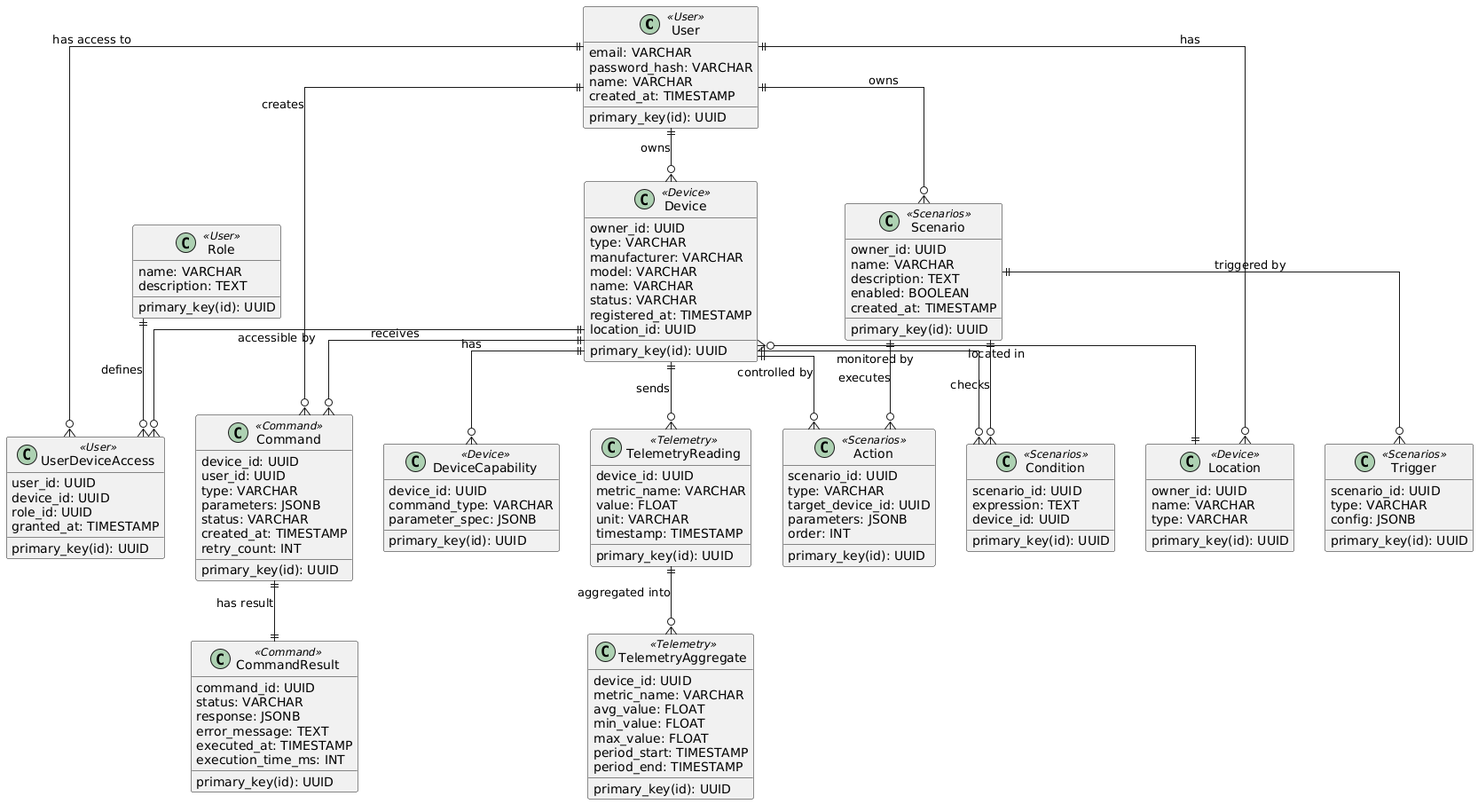
The PlantUML diagram schemas/to_be/img/common-er.png in Vrg26/pro-warmhouse, before a commit. The source it was exported from:
```plantuml
@startuml
skinparam linetype ortho

class User <<User>> {
    primary_key(id): UUID
    email: VARCHAR
    password_hash: VARCHAR
    name: VARCHAR
    created_at: TIMESTAMP
}

class Role <<User>> {
    primary_key(id): UUID
    name: VARCHAR
    description: TEXT
}

class UserDeviceAccess <<User>> {
    primary_key(id): UUID
    user_id: UUID
    device_id: UUID
    role_id: UUID
    granted_at: TIMESTAMP
}

class Device <<Device>> {
    primary_key(id): UUID
    owner_id: UUID
    type: VARCHAR
    manufacturer: VARCHAR
    model: VARCHAR
    name: VARCHAR
    status: VARCHAR
    registered_at: TIMESTAMP
    location_id: UUID
}

class DeviceCapability <<Device>> {
    primary_key(id): UUID
    device_id: UUID
    command_type: VARCHAR
    parameter_spec: JSONB
}

class Location <<Device>> {
    primary_key(id): UUID
    owner_id: UUID
    name: VARCHAR
    type: VARCHAR
}


class Command <<Command>> {
    primary_key(id): UUID
    device_id: UUID
    user_id: UUID
    type: VARCHAR
    parameters: JSONB
    status: VARCHAR
    created_at: TIMESTAMP
    retry_count: INT
}

class CommandResult <<Command>> {
    primary_key(id): UUID
    command_id: UUID
    status: VARCHAR
    response: JSONB
    error_message: TEXT
    executed_at: TIMESTAMP
    execution_time_ms: INT
}

class TelemetryReading <<Telemetry>> {
    primary_key(id): UUID
    device_id: UUID
    metric_name: VARCHAR
    value: FLOAT
    unit: VARCHAR
    timestamp: TIMESTAMP
}

class TelemetryAggregate <<Telemetry>> {
    primary_key(id): UUID
    device_id: UUID
    metric_name: VARCHAR
    avg_value: FLOAT
    min_value: FLOAT
    max_value: FLOAT
    period_start: TIMESTAMP
    period_end: TIMESTAMP
}

class Scenario <<Scenarios>> {
    primary_key(id): UUID
    owner_id: UUID
    name: VARCHAR
    description: TEXT
    enabled: BOOLEAN
    created_at: TIMESTAMP
}

class Trigger <<Scenarios>> {
    primary_key(id): UUID
    scenario_id: UUID
    type: VARCHAR
    config: JSONB
}

class Condition <<Scenarios>> {
    primary_key(id): UUID
    scenario_id: UUID
    expression: TEXT
    device_id: UUID
}

class Action <<Scenarios>> {
    primary_key(id): UUID
    scenario_id: UUID
    type: VARCHAR
    target_device_id: UUID
    parameters: JSONB
    order: INT
}

User ||--o{ UserDeviceAccess : "has access to"
User ||--o{ Device : "owns"
User ||--o{ Command : "creates"
User ||--o{ Scenario : "owns"
User ||--o{ Location : "has"

Role ||--o{ UserDeviceAccess : "defines"

Device ||--o{ DeviceCapability : "has"
Device ||--o{ Command : "receives"
Device ||--o{ TelemetryReading : "sends"
Device ||--o{ Condition : "monitored by"
Device ||--o{ Action : "controlled by"
Device }o--|| Location : "located in"
Device ||--o{ UserDeviceAccess : "accessible by"


Command ||--|| CommandResult : "has result"


TelemetryReading ||--o{ TelemetryAggregate : "aggregated into"

Scenario ||--o{ Trigger : "triggered by"
Scenario ||--o{ Condition : "checks"
Scenario ||--o{ Action : "executes"
@enduml
```
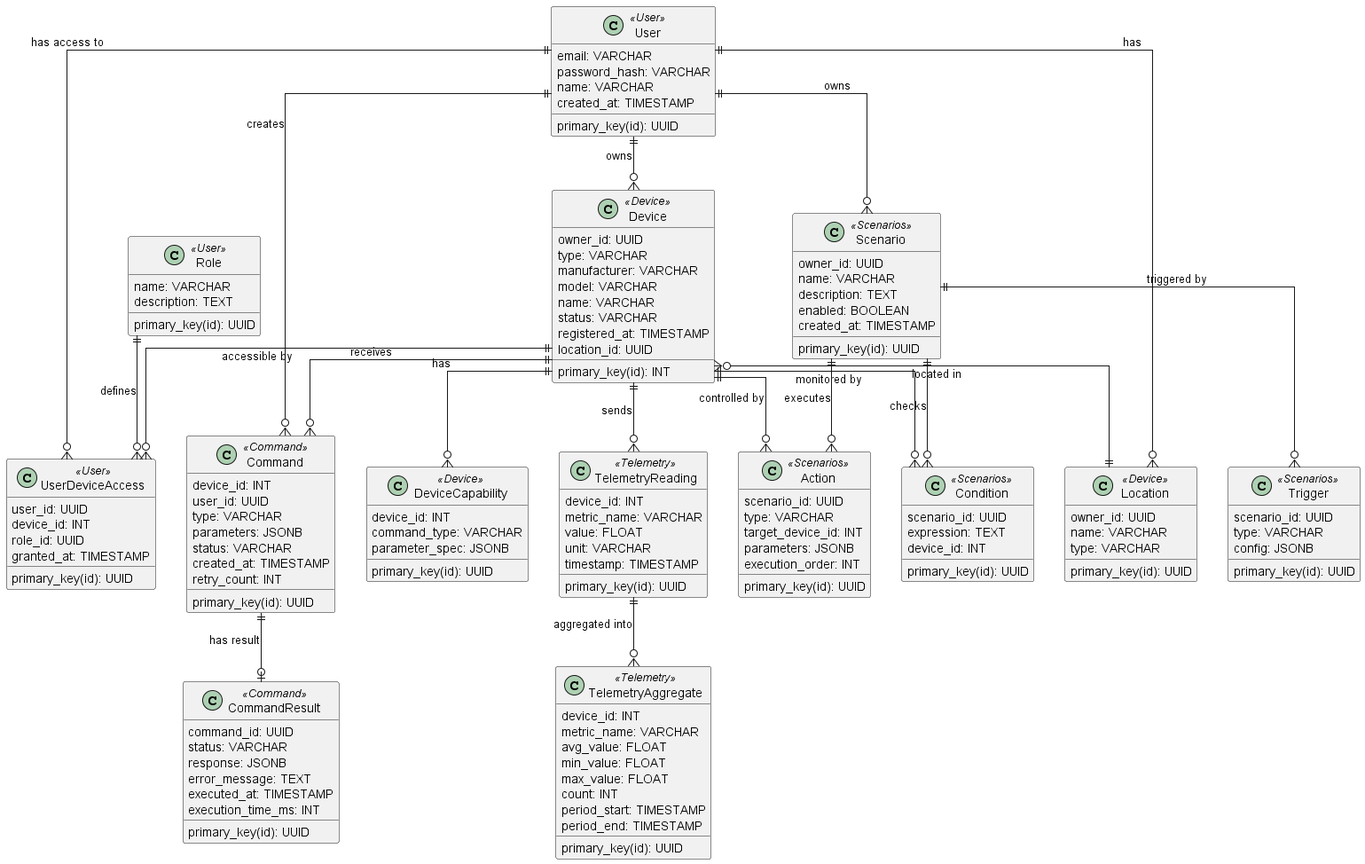
Above is the later version.

Change to the diagram source:
```diff
@@ -18,13 +18,13 @@
 class UserDeviceAccess <<User>> {
     primary_key(id): UUID
     user_id: UUID
-    device_id: UUID
+    device_id: INT
     role_id: UUID
     granted_at: TIMESTAMP
 }
 
 class Device <<Device>> {
-    primary_key(id): UUID
+    primary_key(id): INT
     owner_id: UUID
     type: VARCHAR
     manufacturer: VARCHAR
@@ -37,7 +37,7 @@
 
 class DeviceCapability <<Device>> {
     primary_key(id): UUID
-    device_id: UUID
+    device_id: INT
     command_type: VARCHAR
     parameter_spec: JSONB
 }
@@ -52,7 +52,7 @@
 
 class Command <<Command>> {
     primary_key(id): UUID
-    device_id: UUID
+    device_id: INT
     user_id: UUID
     type: VARCHAR
     parameters: JSONB
@@ -73,7 +73,7 @@
 
 class TelemetryReading <<Telemetry>> {
     primary_key(id): UUID
-    device_id: UUID
+    device_id: INT
     metric_name: VARCHAR
     value: FLOAT
     unit: VARCHAR
@@ -82,11 +82,12 @@
 
 class TelemetryAggregate <<Telemetry>> {
     primary_key(id): UUID
-    device_id: UUID
+    device_id: INT
     metric_name: VARCHAR
     avg_value: FLOAT
     min_value: FLOAT
     max_value: FLOAT
+    count: INT
     period_start: TIMESTAMP
     period_end: TIMESTAMP
 }
@@ -111,16 +112,16 @@
     primary_key(id): UUID
     scenario_id: UUID
     expression: TEXT
-    device_id: UUID
+    device_id: INT
 }
 
 class Action <<Scenarios>> {
     primary_key(id): UUID
     scenario_id: UUID
     type: VARCHAR
-    target_device_id: UUID
+    target_device_id: INT
     parameters: JSONB
-    order: INT
+    execution_order: INT
 }
 
 User ||--o{ UserDeviceAccess : "has access to"
@@ -139,8 +140,7 @@
 Device }o--|| Location : "located in"
 Device ||--o{ UserDeviceAccess : "accessible by"
 
-
-Command ||--|| CommandResult : "has result"
+Command ||--o| CommandResult : "has result"
 
 
 TelemetryReading ||--o{ TelemetryAggregate : "aggregated into"
@@ -148,4 +148,5 @@
 Scenario ||--o{ Trigger : "triggered by"
 Scenario ||--o{ Condition : "checks"
 Scenario ||--o{ Action : "executes"
+
 @enduml
```
